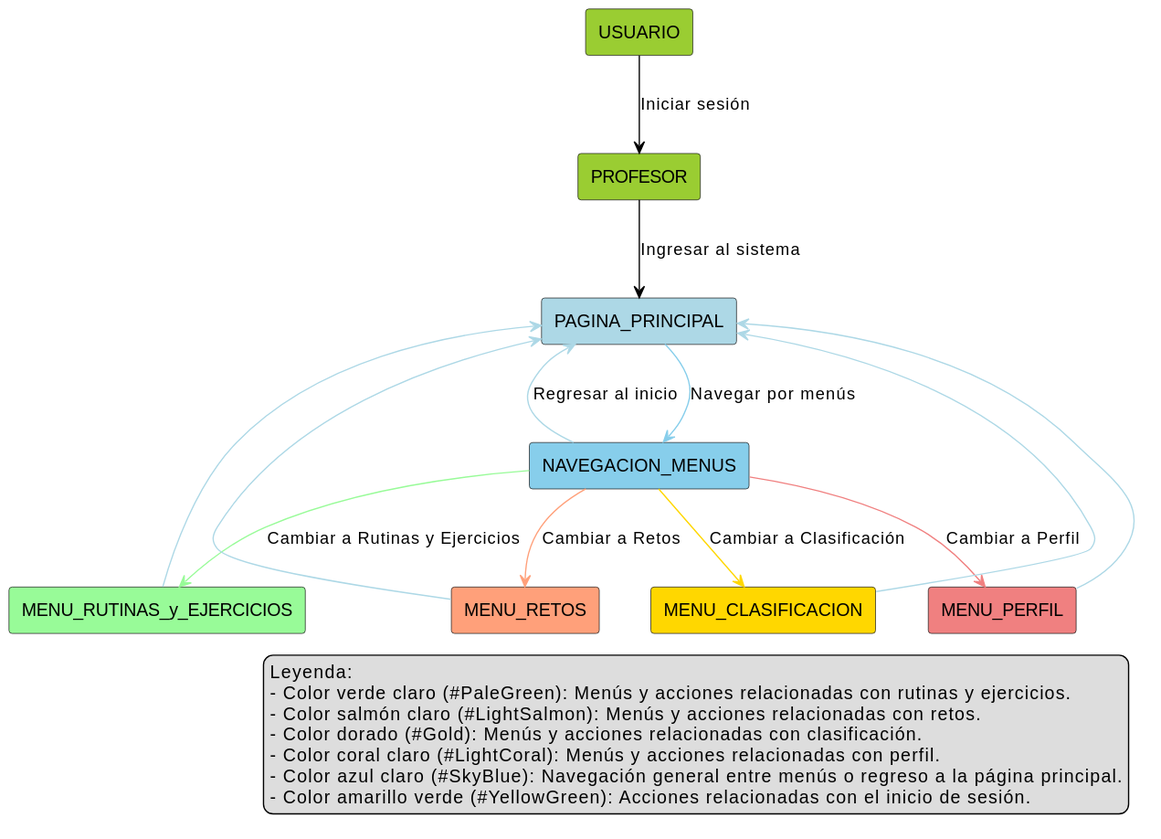
mmasias/24-25-IdSw1-SDR keeps this PlantUML diagram as Documentos/Imagenes/DiagramasContexto/DiagramasDeContextoProfesor/ProfesorContexto.svg. Above is the earlier version. Source of this version:
```plantuml
@startuml
!define RECTANGLE(x) rectangle x

RECTANGLE(USUARIO) #YellowGreen
RECTANGLE(PROFESOR) #YellowGreen
RECTANGLE(PAGINA_PRINCIPAL) #LightBlue
RECTANGLE(NAVEGACION_MENUS) #SkyBlue

RECTANGLE(MENU_RUTINAS_y_EJERCICIOS) #PaleGreen
RECTANGLE(MENU_RETOS) #LightSalmon
RECTANGLE(MENU_CLASIFICACION) #Gold
RECTANGLE(MENU_PERFIL) #LightCoral

USUARIO -[#Black]-> PROFESOR : Iniciar sesión
PROFESOR -[#Black]-> PAGINA_PRINCIPAL : Ingresar al sistema
PAGINA_PRINCIPAL -[#SkyBlue]-> NAVEGACION_MENUS : Navegar por menús

NAVEGACION_MENUS -[#PaleGreen]-> MENU_RUTINAS_y_EJERCICIOS : Cambiar a Rutinas y Ejercicios
NAVEGACION_MENUS -[#LightSalmon]-> MENU_RETOS : Cambiar a Retos
NAVEGACION_MENUS -[#Gold]-> MENU_CLASIFICACION : Cambiar a Clasificación
NAVEGACION_MENUS -[#LightCoral]-> MENU_PERFIL : Cambiar a Perfil
NAVEGACION_MENUS -[#LightBlue]-> PAGINA_PRINCIPAL : Regresar al inicio

MENU_RUTINAS_y_EJERCICIOS -[#LightBlue]-> PAGINA_PRINCIPAL
MENU_CLASIFICACION -[#LightBlue]-> PAGINA_PRINCIPAL
MENU_PERFIL -[#LightBlue]-> PAGINA_PRINCIPAL
MENU_RETOS -[#LightBlue]-> PAGINA_PRINCIPAL
legend right
  Leyenda:
  - Color verde claro (#PaleGreen): Menús y acciones relacionadas con rutinas y ejercicios.
  - Color salmón claro (#LightSalmon): Menús y acciones relacionadas con retos.
  - Color dorado (#Gold): Menús y acciones relacionadas con clasificación.
  - Color coral claro (#LightCoral): Menús y acciones relacionadas con perfil.
  - Color azul claro (#SkyBlue): Navegación general entre menús o regreso a la página principal.
  - Color amarillo verde (#YellowGreen): Acciones relacionadas con el inicio de sesión.
end legend
@enduml
```
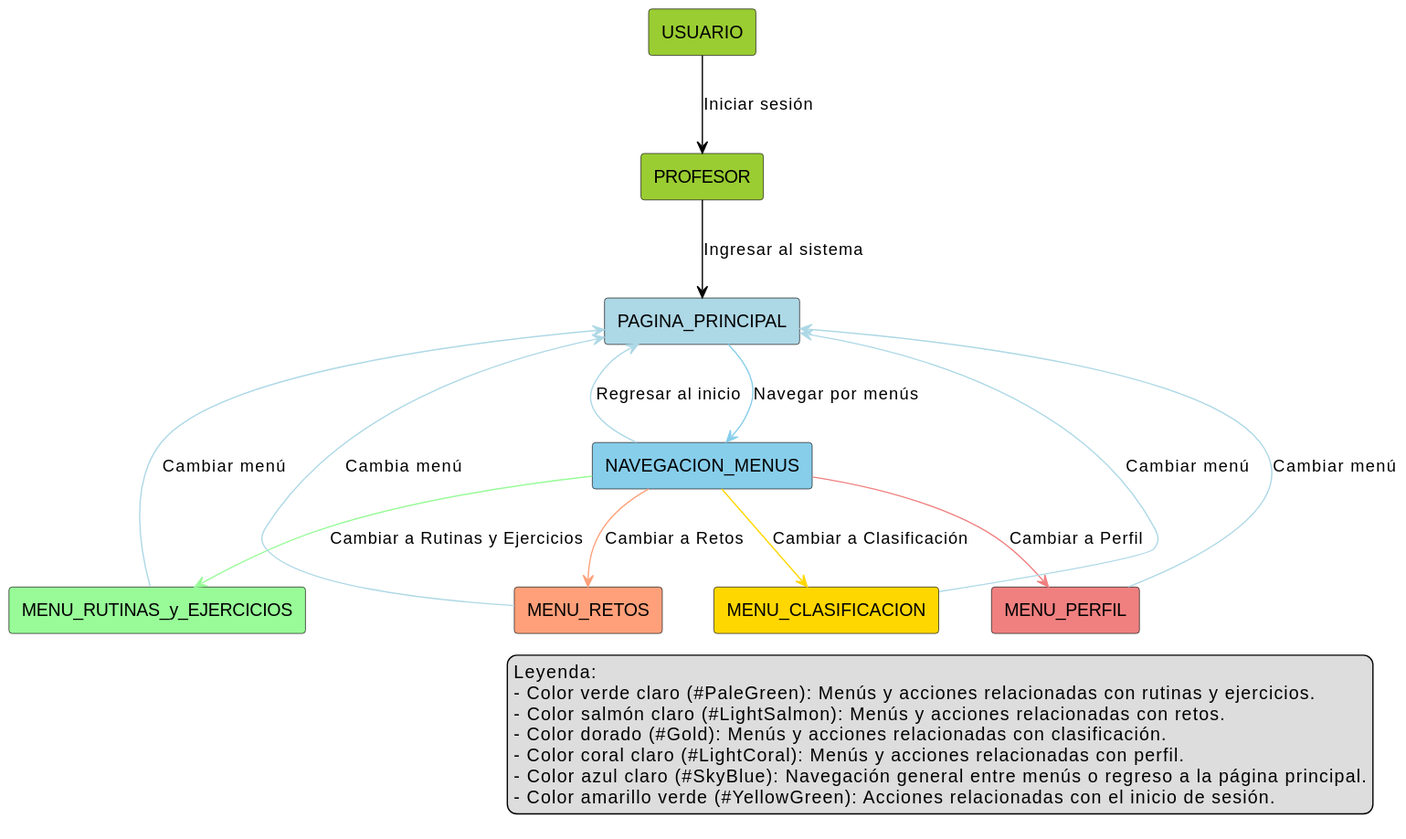
Later version of the same file.

Commit message:
Contexto Profesor

Diff of the diagram source:
```diff
@@ -21,10 +21,10 @@
 NAVEGACION_MENUS -[#LightCoral]-> MENU_PERFIL : Cambiar a Perfil
 NAVEGACION_MENUS -[#LightBlue]-> PAGINA_PRINCIPAL : Regresar al inicio
 
-MENU_RUTINAS_y_EJERCICIOS -[#LightBlue]-> PAGINA_PRINCIPAL
-MENU_CLASIFICACION -[#LightBlue]-> PAGINA_PRINCIPAL
-MENU_PERFIL -[#LightBlue]-> PAGINA_PRINCIPAL
-MENU_RETOS -[#LightBlue]-> PAGINA_PRINCIPAL
+MENU_RUTINAS_y_EJERCICIOS -[#LightBlue]-> PAGINA_PRINCIPAL : Cambiar menú
+MENU_CLASIFICACION -[#LightBlue]-> PAGINA_PRINCIPAL : Cambiar menú
+MENU_PERFIL -[#LightBlue]-> PAGINA_PRINCIPAL : Cambiar menú
+MENU_RETOS -[#LightBlue]-> PAGINA_PRINCIPAL : Cambia menú
 legend right
   Leyenda:
   - Color verde claro (#PaleGreen): Menús y acciones relacionadas con rutinas y ejercicios.
```
